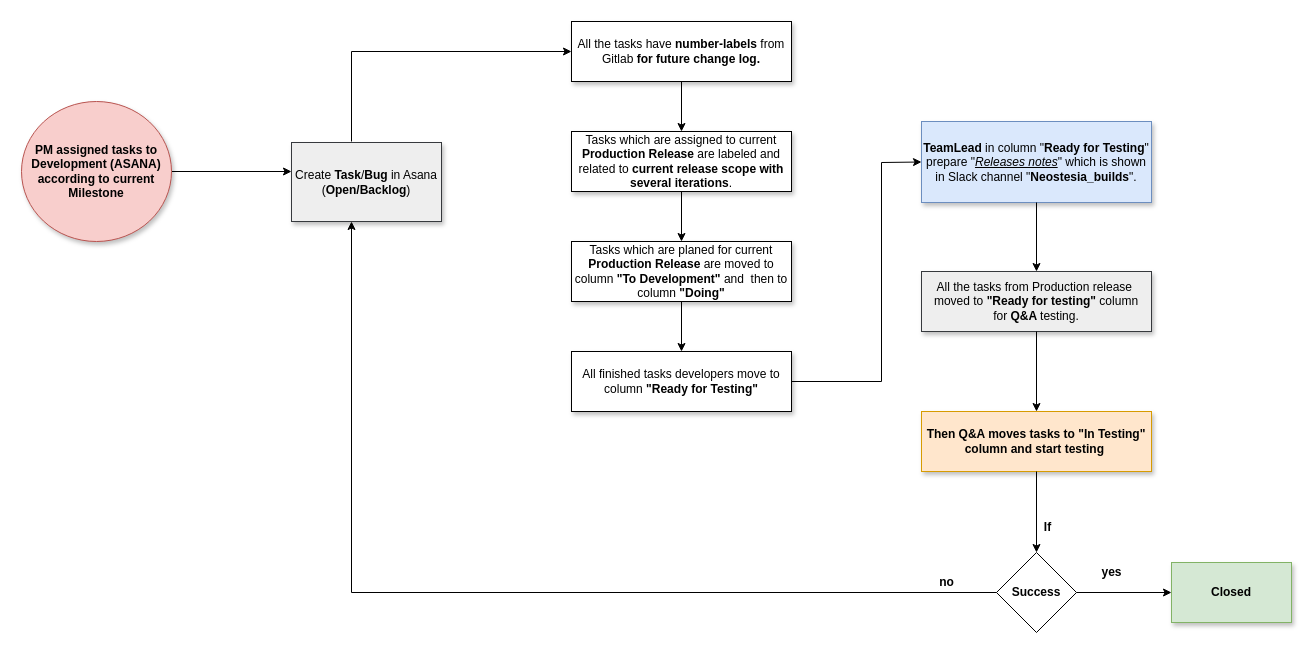
Earlier version of the draw.io diagram Development Sky network BP Diagram.drawio (annastazi09/blog). Source tidied: cells renumbered, new cells numbered last; positions are measured from the earlier drawing's top-left corner, leaving out a move shared by most shapes. Both pictures are drawn from the tidied source at 100%, with x=0, y=0 at pixel (21, 21).
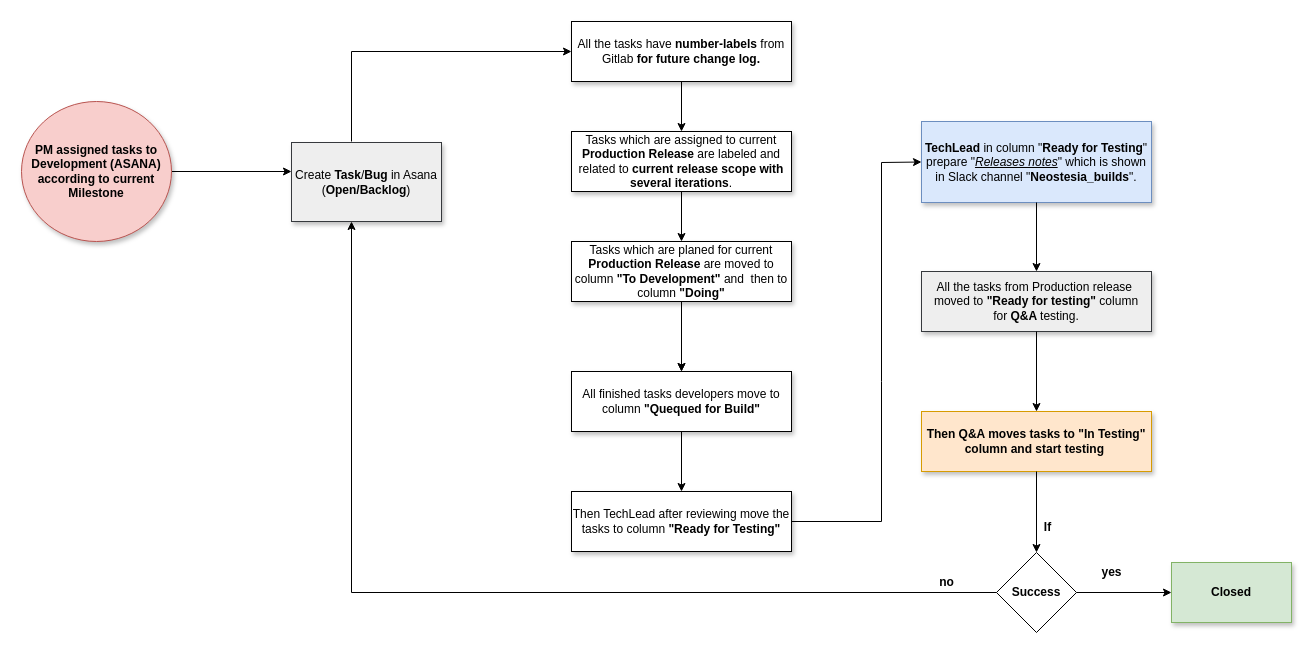
The same diagram, later.

The change refers to these unchanged cells:
```xml
<mxCell id="22" value="Tasks which are planed for current &lt;b&gt;Production Release&lt;/b&gt; are moved to column&lt;b&gt; &quot;To Development&quot; &lt;/b&gt;and&amp;nbsp; then to column&lt;b&gt; &quot;Doing&quot;&lt;/b&gt;" style="rounded=0;whiteSpace=wrap;html=1;shadow=1;" parent="1" vertex="1">
  <mxGeometry x="550" y="220" width="220" height="60" as="geometry" />
</mxCell>
```

The edit, as a diff of the source:
```diff
@@
-    <mxCell id="5" value="&lt;b&gt;TeamLead &lt;/b&gt;in column &quot;&lt;b&gt;Ready for Testing&lt;/b&gt;&quot; prepare &quot;&lt;i&gt;&lt;u&gt;Releases notes&lt;/u&gt;&lt;/i&gt;&quot; which is shown in Slack channel &quot;&lt;b&gt;Neostesia_builds&lt;/b&gt;&quot;." style="rounded=0;whiteSpace=wrap;html=1;fillColor=#dae8fc;strokeColor=#6c8ebf;shadow=1;" parent="1" vertex="1">
+    <mxCell id="5" value="&lt;b&gt;TechLead &lt;/b&gt;in column &quot;&lt;b&gt;Ready for Testing&lt;/b&gt;&quot; prepare &quot;&lt;i&gt;&lt;u&gt;Releases notes&lt;/u&gt;&lt;/i&gt;&quot; which is shown in Slack channel &quot;&lt;b&gt;Neostesia_builds&lt;/b&gt;&quot;." style="rounded=0;whiteSpace=wrap;html=1;fillColor=#dae8fc;strokeColor=#6c8ebf;shadow=1;" parent="1" vertex="1">
       <mxGeometry x="900" y="100" width="230" height="81" as="geometry" />
     </mxCell>
@@
+    <mxCell id="27" style="edgeStyle=orthogonalEdgeStyle;rounded=0;jettySize=auto;html=1;" parent="1" edge="1" source="22" target="28">
+      <mxGeometry relative="1" as="geometry" />
+    </mxCell>
@@
-    <mxCell id="24" value="All finished tasks developers move to column &lt;b&gt;&quot;Ready for Testing&quot;&lt;/b&gt;" style="rounded=0;whiteSpace=wrap;html=1;shadow=1;" parent="1" vertex="1">
-      <mxGeometry x="550" y="330" width="220" height="60" as="geometry" />
+    <mxCell id="24" value="Then TechLead after reviewing move the tasks to column &lt;b&gt;&quot;Ready for Testing&quot;&lt;/b&gt;" style="rounded=0;whiteSpace=wrap;html=1;shadow=1;" parent="1" vertex="1">
+      <mxGeometry x="550" y="470" width="220" height="60" as="geometry" />
     </mxCell>
-    <mxCell id="25" style="endArrow=classic;html=1;rounded=0;exitX=0.5;exitY=1;exitDx=0;exitDy=0;entryX=0.5;entryY=0;entryDx=0;entryDy=0;" parent="1" edge="1" source="22" target="24">
+    <mxCell id="25" style="endArrow=classic;html=1;rounded=0;exitX=0.5;exitY=1;exitDx=0;exitDy=0;entryX=0.5;entryY=0;entryDx=0;entryDy=0;" parent="1" edge="1" source="22" target="28">
       <mxGeometry relative="1" as="geometry" />
     </mxCell>
-    <mxCell id="26" style="endArrow=classic;html=1;rounded=0;exitX=1;exitY=0.5;exitDx=0;exitDy=0;entryX=0;entryY=0.5;entryDx=0;entryDy=0;" parent="1" edge="1" source="24" target="5">
+    <mxCell id="26" style="endArrow=classic;html=1;rounded=0;entryX=0;entryY=0.5;entryDx=0;entryDy=0;exitX=1;exitY=0.5;exitDx=0;exitDy=0;" parent="1" edge="1" source="24" target="5">
       <mxGeometry relative="1" as="geometry">
         <Array as="points">
+          <mxPoint x="860" y="500" />
           <mxPoint x="860" y="360" />
           <mxPoint x="860" y="141" />
         </Array>
       </mxGeometry>
     </mxCell>
+    <mxCell id="28" value="All finished tasks developers move to column &lt;b&gt;&quot;Quequed for Build&quot;&lt;/b&gt;" style="rounded=0;whiteSpace=wrap;html=1;shadow=1;" parent="1" vertex="1">
+      <mxGeometry x="550" y="350" width="220" height="60" as="geometry" />
+    </mxCell>
+    <mxCell id="29" style="endArrow=classic;html=1;rounded=0;exitX=0.5;exitY=1;exitDx=0;exitDy=0;" parent="1" edge="1" source="28" target="24">
+      <mxGeometry relative="1" as="geometry" />
+    </mxCell>
```
